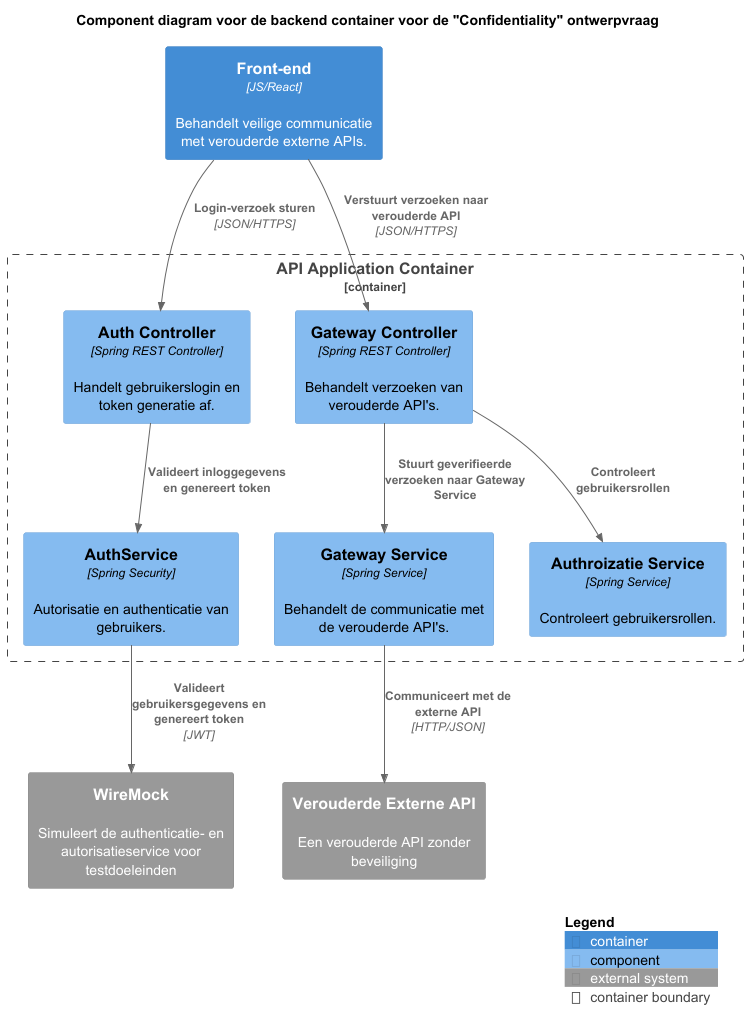
Before: week-2/les 3/pressure_cooker/component-diagram/ComponentDiagram-Component_diagram_voor_de_backend_container_voor_de__Confidentiality__ontwerpvraag.png, a diagram exported from PlantUML (AIM-ENE-feb25/triptop-groep-b5).
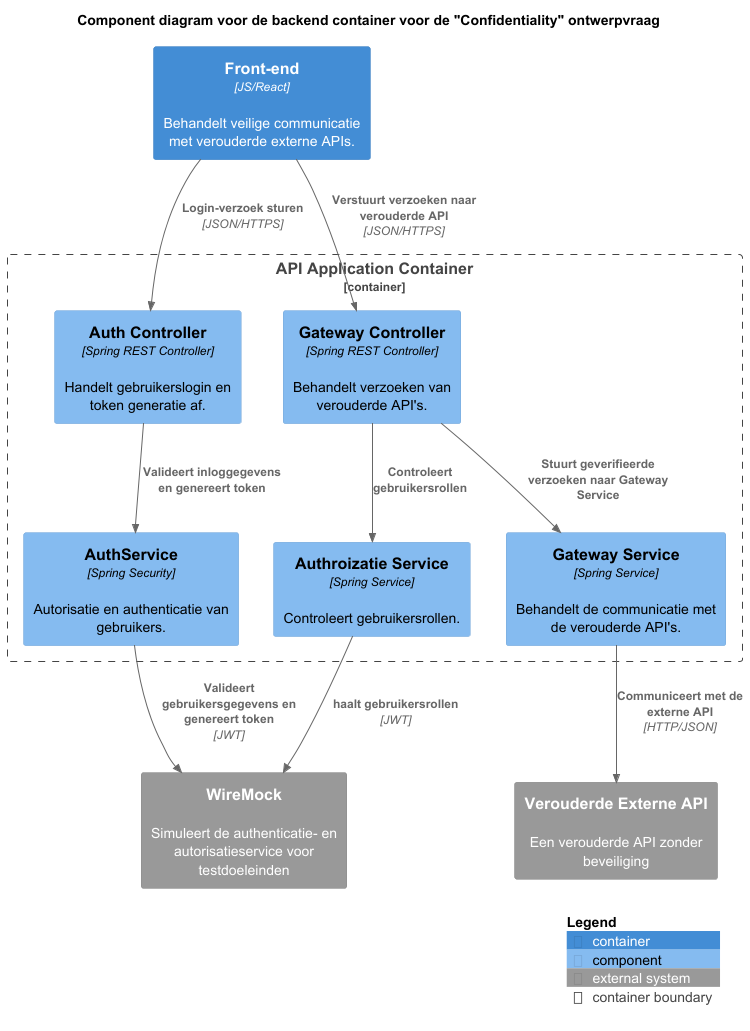
After the change.

Commit message:
Component diagram foto

Change to the diagram source:
```diff
@@ -23,6 +23,7 @@
 Rel(controller, authroizatieService, "Controleert gebruikersrollen")
 Rel(controller, service, "Stuurt geverifieerde verzoeken naar Gateway Service")
 Rel(service, externalApi, "Communiceert met de externe API", "HTTP/JSON")
+Rel(authroizatieService, wiremock, "haalt gebruikersrollen", "JWT")
 
 SHOW_LEGEND()
 
```
